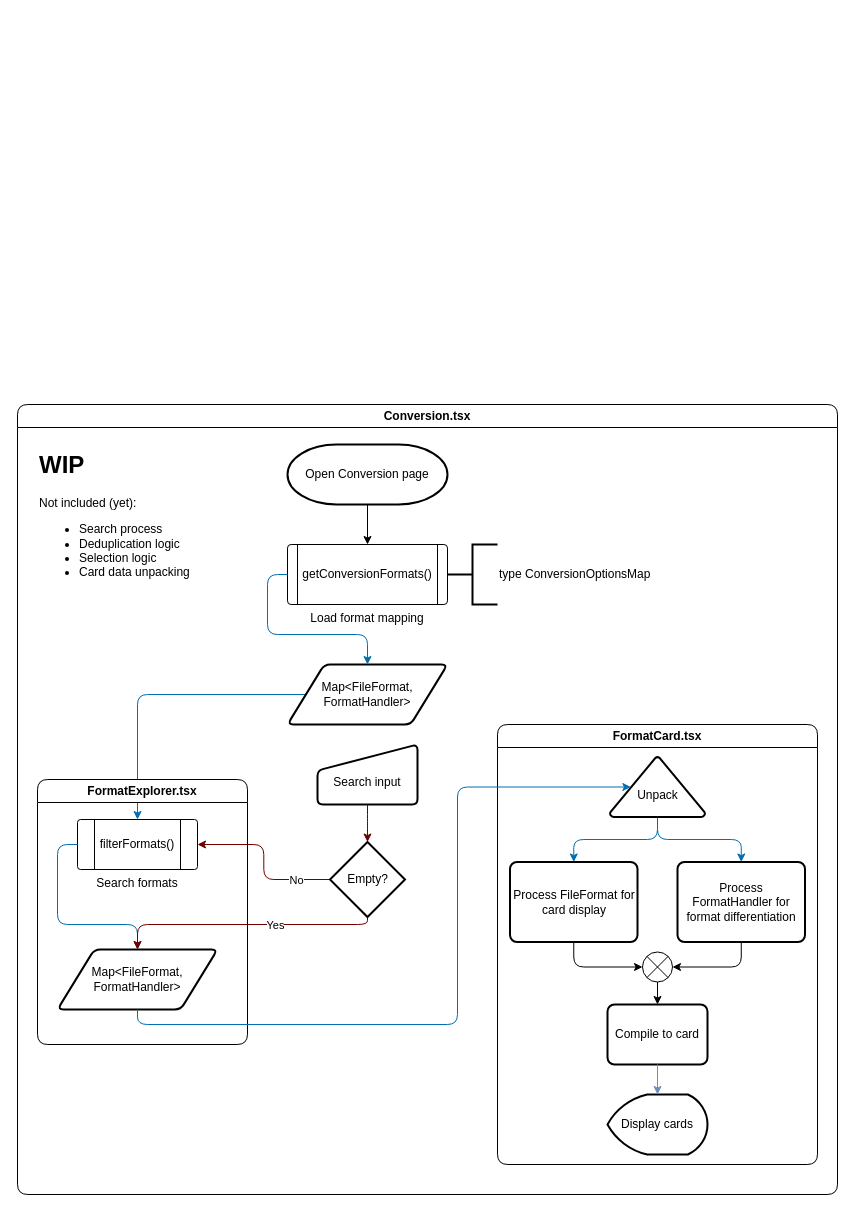
CommanderTurtle/mk.it keeps this draw.io diagram as docs/Conversion flowchart.drawio. Above is the earlier version. Source tidied: cells renumbered, new cells numbered last; positions are measured from the earlier drawing's top-left corner, leaving out a move shared by most shapes. Both pictures are drawn from the tidied source at 100%, with x=0, y=0 at pixel (17, 404).
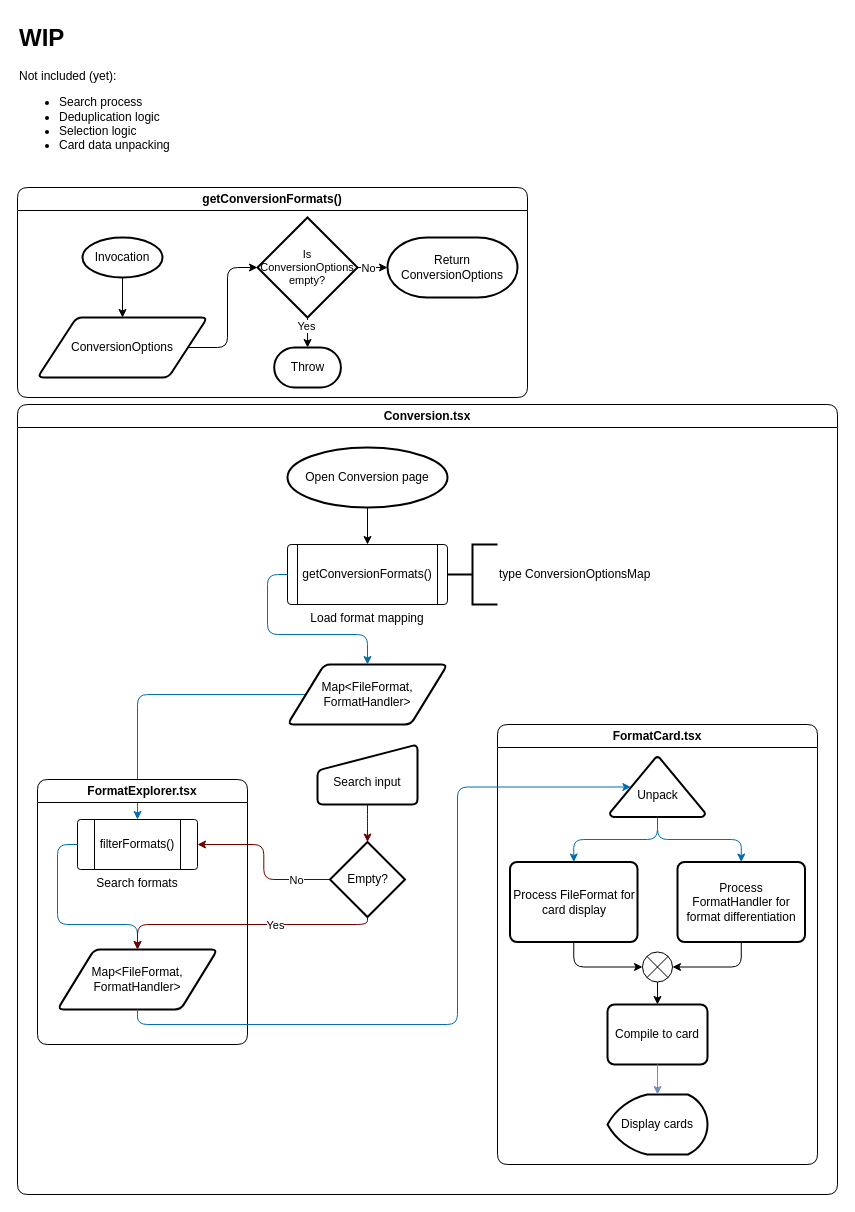
Above is the later version.

The change refers to these unchanged cells:
```xml
<mxCell id="2" value="Conversion.tsx" style="swimlane;whiteSpace=wrap;html=1;rounded=1;" parent="1" vertex="1">
  <mxGeometry width="820" height="790" as="geometry" />
</mxCell>
<mxCell id="10" value="&lt;div&gt;&lt;span style=&quot;background-color: transparent; color: light-dark(rgb(0, 0, 0), rgb(255, 255, 255));&quot;&gt;Load format mapping&lt;/span&gt;&lt;/div&gt;" style="verticalLabelPosition=bottom;verticalAlign=top;html=1;shape=process;whiteSpace=wrap;rounded=1;size=0.0625;arcSize=6;" parent="9" vertex="1">
  <mxGeometry width="160" height="60" as="geometry" />
</mxCell>
```

Diff of the diagram source:
```diff
@@
-    <mxCell id="3" style="rounded=1;jettySize=auto;html=1;entryX=0.5;entryY=0;entryDx=0;entryDy=0;" parent="2" edge="1" source="4" target="10">
+    <mxCell id="3" style="rounded=1;jettySize=auto;html=1;entryX=0.5;entryY=0;entryDx=0;entryDy=0;exitX=0.5;exitY=1;exitDx=0;exitDy=0;exitPerimeter=0;" parent="2" edge="1" source="4" target="10">
       <mxGeometry relative="1" as="geometry" />
     </mxCell>
-    <mxCell id="4" value="Open Conversion page" style="strokeWidth=2;html=1;shape=mxgraph.flowchart.terminator;whiteSpace=wrap;rounded=1;" parent="2" vertex="1">
-      <mxGeometry x="270" y="40" width="160" height="60" as="geometry" />
-    </mxCell>
@@
+    <mxCell id="4" value="Open Conversion page" style="strokeWidth=2;html=1;shape=mxgraph.flowchart.start_1;whiteSpace=wrap;rounded=1;" parent="2" vertex="1">
+      <mxGeometry x="270" y="43" width="160" height="60" as="geometry" />
+    </mxCell>
-    <mxCell id="41" value="&lt;h1 style=&quot;margin-top: 0px;&quot;&gt;WIP&lt;/h1&gt;&lt;p&gt;Not included (yet):&lt;/p&gt;&lt;p&gt;&lt;/p&gt;&lt;ul&gt;&lt;li&gt;Search process&lt;/li&gt;&lt;li&gt;Deduplication logic&lt;/li&gt;&lt;li&gt;Selection logic&lt;/li&gt;&lt;li&gt;Card data unpacking&lt;/li&gt;&lt;/ul&gt;&lt;p&gt;&lt;/p&gt;" style="text;html=1;whiteSpace=wrap;overflow=hidden;rounded=1;" parent="2" vertex="1">
-      <mxGeometry x="20" y="40" width="180" height="160" as="geometry" />
+    <mxCell id="41" value="&lt;h1 style=&quot;margin-top: 0px;&quot;&gt;WIP&lt;/h1&gt;&lt;p&gt;Not included (yet):&lt;/p&gt;&lt;p&gt;&lt;/p&gt;&lt;ul&gt;&lt;li&gt;Search process&lt;/li&gt;&lt;li&gt;Deduplication logic&lt;/li&gt;&lt;li&gt;Selection logic&lt;/li&gt;&lt;li&gt;Card data unpacking&lt;/li&gt;&lt;/ul&gt;&lt;p&gt;&lt;/p&gt;" style="text;html=1;whiteSpace=wrap;overflow=hidden;rounded=1;" parent="1" vertex="1">
+      <mxGeometry y="-387" width="180" height="160" as="geometry" />
     </mxCell>
+    <mxCell id="42" value="getConversionFormats()" style="swimlane;whiteSpace=wrap;html=1;rounded=1;" parent="1" vertex="1">
+      <mxGeometry y="-217" width="510" height="210" as="geometry" />
+    </mxCell>
+    <mxCell id="43" style="edgeStyle=none;html=1;entryX=0.5;entryY=0;entryDx=0;entryDy=0;exitX=0.5;exitY=1;exitDx=0;exitDy=0;exitPerimeter=0;" parent="42" edge="1" source="44" target="45">
+      <mxGeometry relative="1" as="geometry" />
+    </mxCell>
+    <mxCell id="44" value="Invocation" style="strokeWidth=2;html=1;shape=mxgraph.flowchart.start_1;whiteSpace=wrap;rounded=1;" parent="42" vertex="1">
+      <mxGeometry x="65" y="50" width="80" height="40" as="geometry" />
+    </mxCell>
+    <mxCell id="45" value="ConversionOptions" style="shape=parallelogram;html=1;strokeWidth=2;perimeter=parallelogramPerimeter;whiteSpace=wrap;rounded=1;arcSize=12;size=0.23;" parent="42" vertex="1">
+      <mxGeometry x="20" y="130" width="170" height="60" as="geometry" />
+    </mxCell>
+    <mxCell id="46" value="Is ConversionOptions empty?" style="strokeWidth=2;html=1;shape=mxgraph.flowchart.decision;whiteSpace=wrap;horizontal=1;fontSize=11;rounded=1;" parent="42" vertex="1">
+      <mxGeometry x="240" y="30" width="100" height="100" as="geometry" />
+    </mxCell>
+    <mxCell id="47" style="edgeStyle=none;html=1;entryX=0;entryY=0.5;entryDx=0;entryDy=0;entryPerimeter=0;exitX=1;exitY=0.5;exitDx=0;exitDy=0;" parent="42" edge="1" source="45" target="46">
+      <mxGeometry relative="1" as="geometry">
+        <Array as="points">
+          <mxPoint x="210" y="160" />
+          <mxPoint x="210" y="80" />
+        </Array>
+      </mxGeometry>
+    </mxCell>
+    <mxCell id="48" value="Throw" style="strokeWidth=2;html=1;shape=mxgraph.flowchart.terminator;whiteSpace=wrap;rounded=1;" parent="42" vertex="1">
+      <mxGeometry x="256.7" y="160" width="66.7" height="40" as="geometry" />
+    </mxCell>
+    <mxCell id="49" style="edgeStyle=none;html=1;entryX=0.5;entryY=0;entryDx=0;entryDy=0;entryPerimeter=0;exitX=0.5;exitY=1;exitDx=0;exitDy=0;exitPerimeter=0;" parent="42" edge="1" source="46" target="48">
+      <mxGeometry relative="1" as="geometry" />
+    </mxCell>
+    <mxCell id="50" value="Yes" style="edgeLabel;html=1;align=center;verticalAlign=middle;" parent="49" vertex="1">
+      <mxGeometry x="-0.45" y="-2" relative="1" as="geometry" />
+    </mxCell>
+    <mxCell id="51" value="Return ConversionOptions" style="strokeWidth=2;html=1;shape=mxgraph.flowchart.terminator;whiteSpace=wrap;rounded=1;" parent="42" vertex="1">
+      <mxGeometry x="370" y="50" width="130" height="60" as="geometry" />
+    </mxCell>
+    <mxCell id="52" style="edgeStyle=none;html=1;entryX=0;entryY=0.5;entryDx=0;entryDy=0;entryPerimeter=0;" parent="42" edge="1" source="46" target="51">
+      <mxGeometry relative="1" as="geometry" />
+    </mxCell>
+    <mxCell id="53" value="No" style="edgeLabel;html=1;align=center;verticalAlign=middle;" parent="52" vertex="1">
+      <mxGeometry x="-0.34" relative="1" as="geometry" />
+    </mxCell>
```
